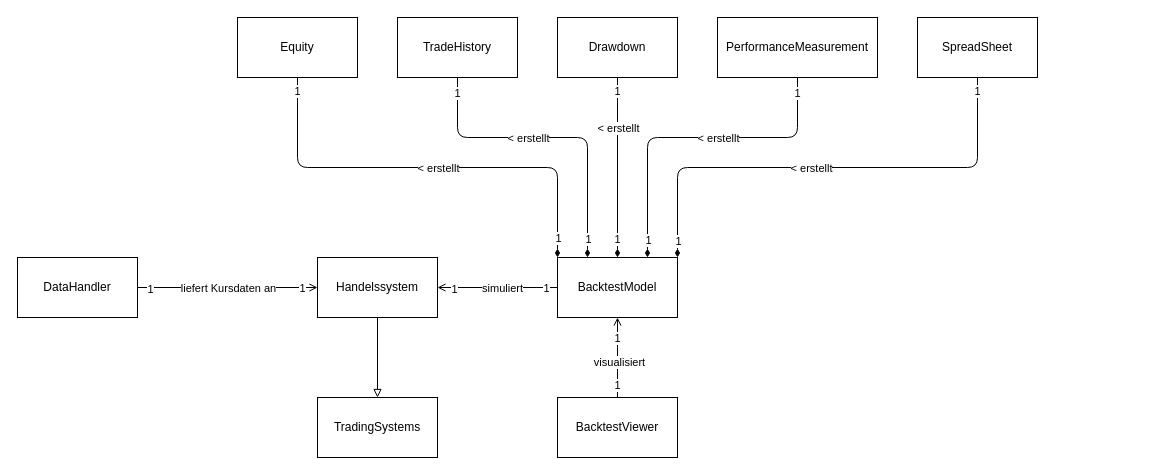
arminv1001/PyStonk keeps this draw.io diagram as Klassendiagramm.drawio. Above is the earlier version. Source tidied: cells renumbered, new cells numbered last; positions are measured from the earlier drawing's top-left corner, leaving out a move shared by most shapes. Both pictures are drawn from the tidied source at 100%, with x=0, y=0 at pixel (17, 17).
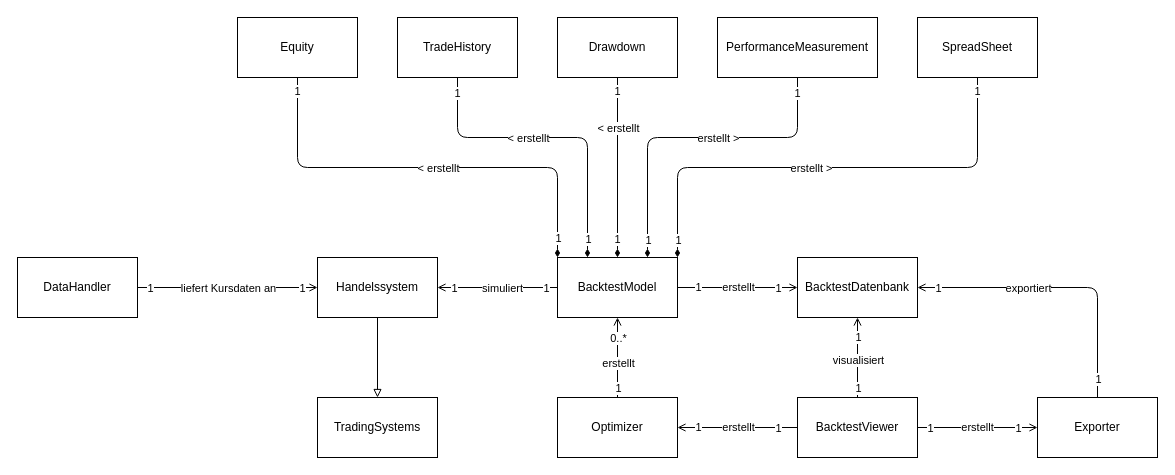
The same diagram, later.

The change refers to these unchanged cells:
```xml
<mxCell id="9" style="edgeStyle=none;html=1;exitX=0;exitY=0.5;exitDx=0;exitDy=0;entryX=1;entryY=0.5;entryDx=0;entryDy=0;endArrow=open;endFill=0;" parent="1" edge="1" source="19" target="18">
  <mxGeometry relative="1" as="geometry" />
</mxCell>
<mxCell id="14" style="edgeStyle=none;html=1;exitX=0;exitY=0.5;exitDx=0;exitDy=0;entryX=1;entryY=0.5;entryDx=0;entryDy=0;endArrow=none;endFill=0;startArrow=open;startFill=0;" parent="1" edge="1" source="18" target="8">
  <mxGeometry relative="1" as="geometry" />
</mxCell>
<mxCell id="19" value="BacktestModel" style="rounded=0;whiteSpace=wrap;html=1;" parent="1" vertex="1">
  <mxGeometry x="540" y="240" width="120" height="60" as="geometry" />
</mxCell>
<mxCell id="32" style="edgeStyle=orthogonalEdgeStyle;html=1;exitX=0.5;exitY=1;exitDx=0;exitDy=0;entryX=1;entryY=0;entryDx=0;entryDy=0;endArrow=diamondThin;endFill=1;startArrow=none;startFill=0;" parent="1" edge="1" source="36" target="19">
  <mxGeometry relative="1" as="geometry" />
</mxCell>
```

The edit, as a diff of the source:
```diff
@@
-    <mxCell id="3" style="edgeStyle=orthogonalEdgeStyle;html=1;exitX=0.5;exitY=0;exitDx=0;exitDy=0;entryX=0.5;entryY=1;entryDx=0;entryDy=0;endArrow=open;endFill=0;" parent="1" edge="1" source="7" target="19">
+    <mxCell id="3" style="edgeStyle=orthogonalEdgeStyle;html=1;entryX=1;entryY=0.5;entryDx=0;entryDy=0;endArrow=none;endFill=0;startArrow=open;startFill=0;exitX=0;exitY=0.5;exitDx=0;exitDy=0;" parent="1" edge="1" source="54" target="19">
       <mxGeometry relative="1" as="geometry" />
     </mxCell>
-    <mxCell id="4" value="visualisiert" style="edgeLabel;html=1;align=center;verticalAlign=middle;" parent="3" vertex="1">
-      <mxGeometry x="-0.1" y="-1" relative="1" as="geometry" />
+    <mxCell id="4" value="erstellt" style="edgeLabel;html=1;align=center;verticalAlign=middle;" parent="3" vertex="1">
+      <mxGeometry x="-0.1" y="-1" relative="1" as="geometry">
+        <mxPoint x="-6" as="offset" />
+      </mxGeometry>
     </mxCell>
     <mxCell id="5" value="1" style="edgeLabel;html=1;align=center;verticalAlign=middle;" parent="3" vertex="1">
       <mxGeometry x="-0.78" y="-1" relative="1" as="geometry">
-        <mxPoint x="-2" y="-4" as="offset" />
+        <mxPoint x="-7" y="1" as="offset" />
       </mxGeometry>
     </mxCell>
     <mxCell id="6" value="1" style="edgeLabel;html=1;align=center;verticalAlign=middle;" parent="3" vertex="1">
       <mxGeometry x="0.5" y="-1" relative="1" as="geometry">
-        <mxPoint x="-2" as="offset" />
+        <mxPoint x="-10" as="offset" />
       </mxGeometry>
     </mxCell>
     <mxCell id="7" value="BacktestViewer" style="rounded=0;whiteSpace=wrap;html=1;" parent="1" vertex="1">
-      <mxGeometry x="540" y="380" width="120" height="60" as="geometry" />
+      <mxGeometry x="780" y="380" width="120" height="60" as="geometry" />
     </mxCell>
@@
     <mxCell id="12" value="1" style="edgeLabel;html=1;align=center;verticalAlign=middle;" parent="9" vertex="1">
-      <mxGeometry x="0.73" y="1" relative="1" as="geometry" />
+      <mxGeometry x="0.73" y="1" relative="1" as="geometry">
+        <mxPoint y="-1" as="offset" />
+      </mxGeometry>
     </mxCell>
@@
     <mxCell id="17" value="1" style="edgeLabel;html=1;align=center;verticalAlign=middle;" parent="14" vertex="1">
-      <mxGeometry x="0.87" y="1" relative="1" as="geometry" />
+      <mxGeometry x="0.87" y="1" relative="1" as="geometry">
+        <mxPoint y="-1" as="offset" />
+      </mxGeometry>
     </mxCell>
@@
-    <mxCell id="33" value="&amp;lt; erstellt" style="edgeLabel;html=1;align=center;verticalAlign=middle;" parent="32" vertex="1">
+    <mxCell id="33" value="erstellt &amp;gt;" style="edgeLabel;html=1;align=center;verticalAlign=middle;" parent="32" vertex="1">
       <mxGeometry x="0.07" y="1" relative="1" as="geometry">
         <mxPoint y="-1" as="offset" />
       </mxGeometry>
     </mxCell>
     <mxCell id="34" value="1" style="edgeLabel;html=1;align=center;verticalAlign=middle;" parent="32" vertex="1">
       <mxGeometry x="0.93" y="1" relative="1" as="geometry">
-        <mxPoint x="-1" as="offset" />
+        <mxPoint x="-1" y="-1" as="offset" />
       </mxGeometry>
     </mxCell>
@@
-    <mxCell id="41" value="&amp;lt; erstellt" style="edgeLabel;html=1;align=center;verticalAlign=middle;" parent="1" vertex="1">
+    <mxCell id="41" value="erstellt &amp;gt;" style="edgeLabel;html=1;align=center;verticalAlign=middle;" parent="1" vertex="1">
       <mxGeometry x="700" y="120" as="geometry" />
     </mxCell>
@@
+    <mxCell id="45" value="Optimizer" style="rounded=0;whiteSpace=wrap;html=1;" parent="1" vertex="1">
+      <mxGeometry x="540" y="380" width="120" height="60" as="geometry" />
+    </mxCell>
+    <mxCell id="46" style="edgeStyle=orthogonalEdgeStyle;html=1;exitX=0.5;exitY=1;exitDx=0;exitDy=0;endArrow=none;endFill=0;startArrow=open;startFill=0;entryX=0.5;entryY=0;entryDx=0;entryDy=0;" parent="1" edge="1" source="19" target="45">
+      <mxGeometry relative="1" as="geometry" />
+    </mxCell>
+    <mxCell id="47" value="erstellt" style="edgeLabel;html=1;align=center;verticalAlign=middle;" parent="46" vertex="1">
+      <mxGeometry x="-0.1" y="-1" relative="1" as="geometry">
+        <mxPoint x="1" y="9" as="offset" />
+      </mxGeometry>
+    </mxCell>
+    <mxCell id="48" value="0..*" style="edgeLabel;html=1;align=center;verticalAlign=middle;" parent="46" vertex="1">
+      <mxGeometry x="-0.78" y="-1" relative="1" as="geometry">
+        <mxPoint x="1" y="11" as="offset" />
+      </mxGeometry>
+    </mxCell>
+    <mxCell id="49" value="1" style="edgeLabel;html=1;align=center;verticalAlign=middle;" parent="46" vertex="1">
+      <mxGeometry x="0.5" y="-1" relative="1" as="geometry">
+        <mxPoint x="1" y="10" as="offset" />
+      </mxGeometry>
+    </mxCell>
+    <mxCell id="50" style="edgeStyle=orthogonalEdgeStyle;html=1;exitX=0;exitY=0.5;exitDx=0;exitDy=0;entryX=1;entryY=0.5;entryDx=0;entryDy=0;endArrow=open;endFill=0;startArrow=none;startFill=0;" parent="1" edge="1" source="7" target="45">
+      <mxGeometry relative="1" as="geometry" />
+    </mxCell>
+    <mxCell id="51" value="erstellt" style="edgeLabel;html=1;align=center;verticalAlign=middle;" parent="50" vertex="1">
+      <mxGeometry x="-0.1" y="-1" relative="1" as="geometry">
+        <mxPoint x="-6" as="offset" />
+      </mxGeometry>
+    </mxCell>
+    <mxCell id="52" value="1" style="edgeLabel;html=1;align=center;verticalAlign=middle;" parent="50" vertex="1">
+      <mxGeometry x="-0.78" y="-1" relative="1" as="geometry">
+        <mxPoint x="-7" y="1" as="offset" />
+      </mxGeometry>
+    </mxCell>
+    <mxCell id="53" value="1" style="edgeLabel;html=1;align=center;verticalAlign=middle;" parent="50" vertex="1">
+      <mxGeometry x="0.5" y="-1" relative="1" as="geometry">
+        <mxPoint x="-10" as="offset" />
+      </mxGeometry>
+    </mxCell>
+    <mxCell id="54" value="BacktestDatenbank" style="rounded=0;whiteSpace=wrap;html=1;" parent="1" vertex="1">
+      <mxGeometry x="780" y="240" width="120" height="60" as="geometry" />
+    </mxCell>
+    <mxCell id="55" value="Exporter" style="rounded=0;whiteSpace=wrap;html=1;" parent="1" vertex="1">
+      <mxGeometry x="1020" y="380" width="120" height="60" as="geometry" />
+    </mxCell>
+    <mxCell id="56" style="edgeStyle=orthogonalEdgeStyle;html=1;exitX=1;exitY=0.5;exitDx=0;exitDy=0;entryX=0;entryY=0.5;entryDx=0;entryDy=0;endArrow=open;endFill=0;startArrow=none;startFill=0;" parent="1" edge="1" source="7" target="55">
+      <mxGeometry relative="1" as="geometry" />
+    </mxCell>
+    <mxCell id="57" value="erstellt" style="edgeLabel;html=1;align=center;verticalAlign=middle;" parent="56" vertex="1">
+      <mxGeometry x="-0.1" y="-1" relative="1" as="geometry">
+        <mxPoint x="5" y="-2" as="offset" />
+      </mxGeometry>
+    </mxCell>
+    <mxCell id="58" value="1" style="edgeLabel;html=1;align=center;verticalAlign=middle;" parent="56" vertex="1">
+      <mxGeometry x="-0.78" y="-1" relative="1" as="geometry">
+        <mxPoint x="-1" y="-1" as="offset" />
+      </mxGeometry>
+    </mxCell>
+    <mxCell id="59" value="1" style="edgeLabel;html=1;align=center;verticalAlign=middle;" parent="56" vertex="1">
+      <mxGeometry x="0.5" y="-1" relative="1" as="geometry">
+        <mxPoint x="10" y="-1" as="offset" />
+      </mxGeometry>
+    </mxCell>
+    <mxCell id="60" style="edgeStyle=orthogonalEdgeStyle;html=1;exitX=0.5;exitY=0;exitDx=0;exitDy=0;entryX=0.5;entryY=1;entryDx=0;entryDy=0;endArrow=open;endFill=0;startArrow=none;startFill=0;" parent="1" edge="1" source="7" target="54">
+      <mxGeometry relative="1" as="geometry" />
+    </mxCell>
+    <mxCell id="61" value="visualisiert" style="edgeLabel;html=1;align=center;verticalAlign=middle;" parent="60" vertex="1">
+      <mxGeometry x="-0.1" y="-1" relative="1" as="geometry">
+        <mxPoint x="-1" y="-2" as="offset" />
+      </mxGeometry>
+    </mxCell>
+    <mxCell id="62" value="1" style="edgeLabel;html=1;align=center;verticalAlign=middle;" parent="60" vertex="1">
+      <mxGeometry x="-0.78" y="-1" relative="1" as="geometry">
+        <mxPoint x="-1" y="-1" as="offset" />
+      </mxGeometry>
+    </mxCell>
+    <mxCell id="63" value="1" style="edgeLabel;html=1;align=center;verticalAlign=middle;" parent="60" vertex="1">
+      <mxGeometry x="0.5" y="-1" relative="1" as="geometry">
+        <mxPoint x="-1" y="-1" as="offset" />
+      </mxGeometry>
+    </mxCell>
+    <mxCell id="64" style="edgeStyle=orthogonalEdgeStyle;html=1;exitX=0.5;exitY=0;exitDx=0;exitDy=0;entryX=1;entryY=0.5;entryDx=0;entryDy=0;endArrow=open;endFill=0;startArrow=none;startFill=0;" parent="1" edge="1" source="55" target="54">
+      <mxGeometry relative="1" as="geometry" />
+    </mxCell>
+    <mxCell id="65" value="exportiert" style="edgeLabel;html=1;align=center;verticalAlign=middle;" parent="64" vertex="1">
+      <mxGeometry x="-0.1" y="-1" relative="1" as="geometry">
+        <mxPoint x="-49" y="1" as="offset" />
+      </mxGeometry>
+    </mxCell>
+    <mxCell id="66" value="1" style="edgeLabel;html=1;align=center;verticalAlign=middle;" parent="64" vertex="1">
+      <mxGeometry x="-0.78" y="-1" relative="1" as="geometry">
+        <mxPoint x="-1" y="13" as="offset" />
+      </mxGeometry>
+    </mxCell>
+    <mxCell id="67" value="1" style="edgeLabel;html=1;align=center;verticalAlign=middle;" parent="64" vertex="1">
+      <mxGeometry x="0.5" y="-1" relative="1" as="geometry">
+        <mxPoint x="-52" y="1" as="offset" />
+      </mxGeometry>
+    </mxCell>
```
